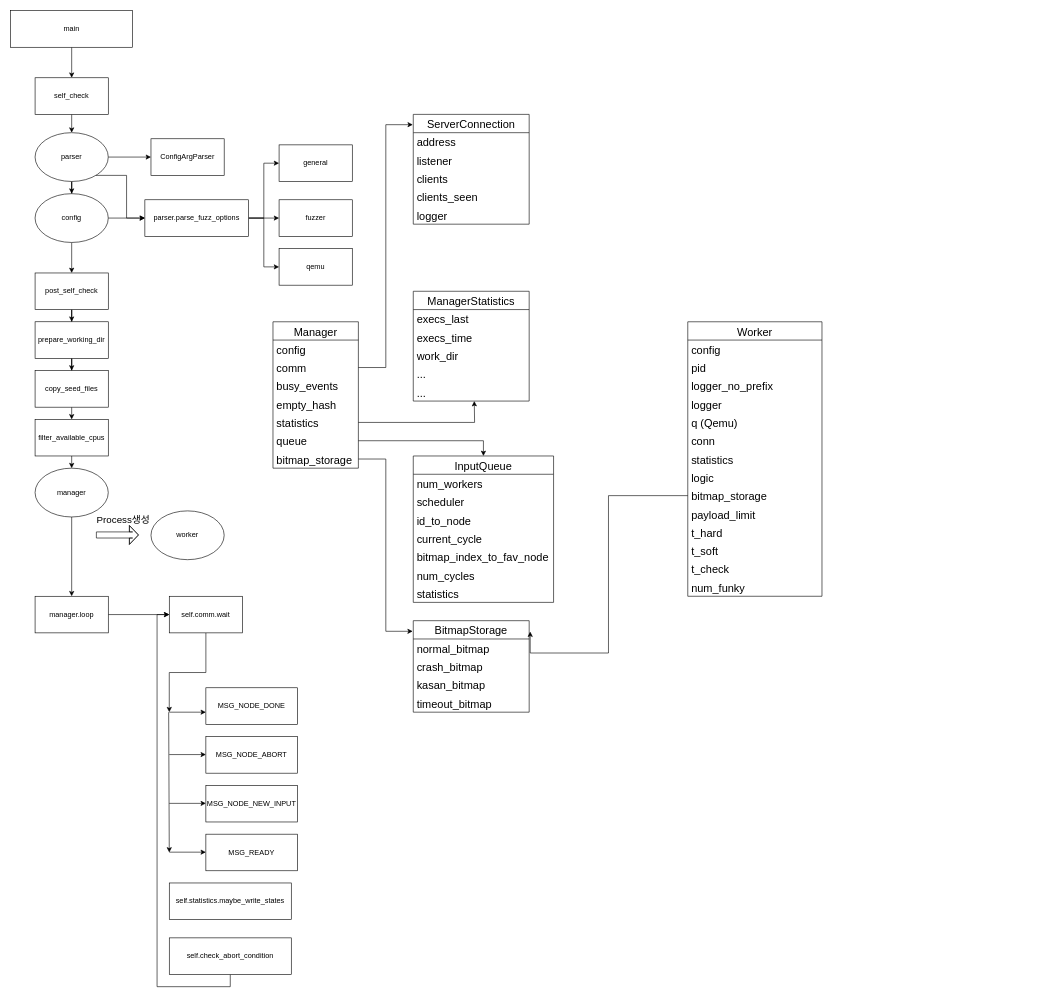
FuzzerTV/Drawio keeps this draw.io diagram as kAFL분석.drawio. Above is the earlier version. Source tidied: cells renumbered, new cells numbered last; positions are measured from the earlier drawing's top-left corner, leaving out a move shared by most shapes. Both pictures are drawn from the tidied source at 61%, with x=0, y=0 at pixel (10, 10).
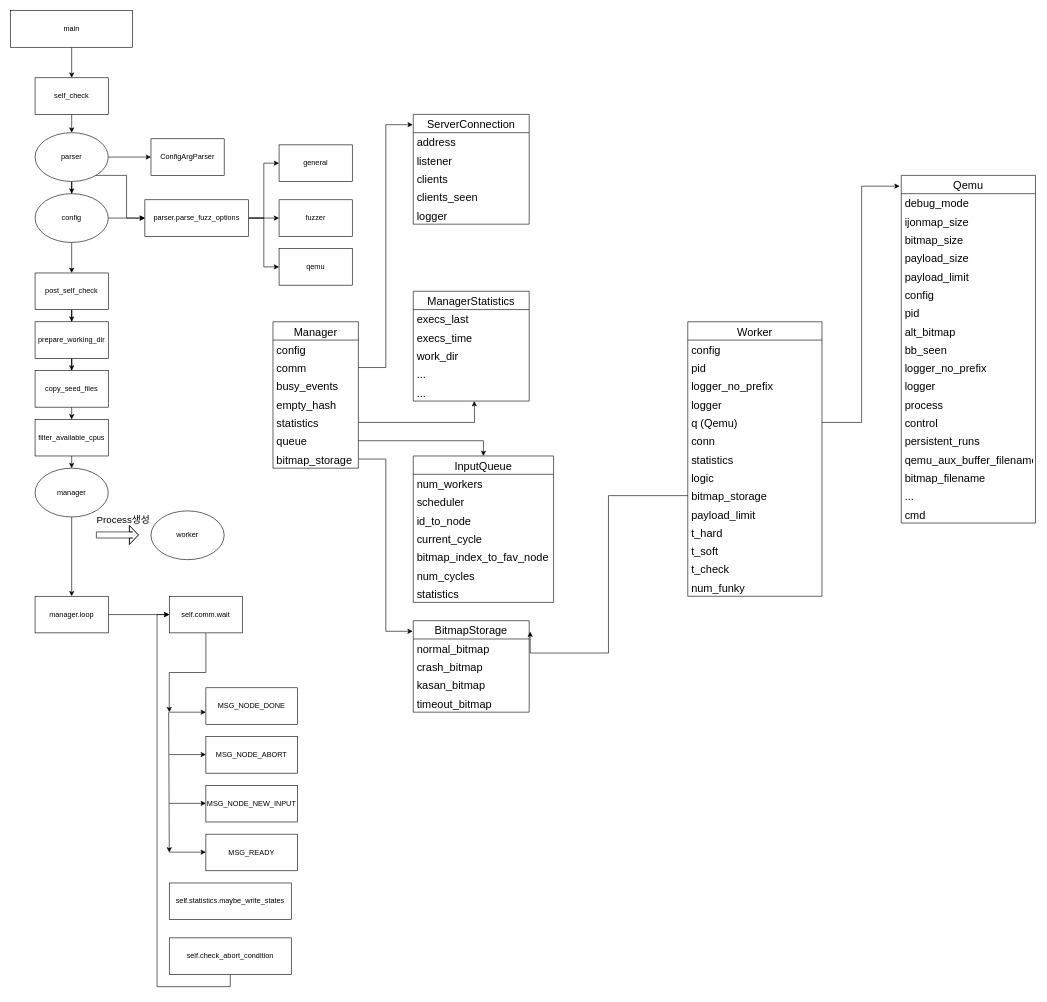
Above is the later version.

Commit message:
페이로드 뮤테이션 && 전송되는 부분 볼 차례

Unchanged cells that the change refers to:
```xml
<mxCell id="64" value="q (Qemu)" style="text;strokeColor=none;fillColor=none;align=left;verticalAlign=middle;spacingLeft=4;spacingRight=4;overflow=hidden;points=[[0,0.5],[1,0.5]];portConstraint=eastwest;fontSize=18;" parent="59" vertex="1">
  <mxGeometry y="150" width="220" height="30" as="geometry" />
</mxCell>
```

Diff of the diagram source:
```diff
@@
+    <mxCell id="104" value="Qemu" style="swimlane;fontStyle=0;horizontal=1;startSize=30;fontSize=18;noLabel=0;arcSize=15;" parent="1" vertex="1">
+      <mxGeometry x="1460" y="270" width="220" height="570" as="geometry" />
+    </mxCell>
+    <mxCell id="105" value="debug_mode" style="text;strokeColor=none;fillColor=none;align=left;verticalAlign=middle;spacingLeft=4;spacingRight=4;overflow=hidden;fontSize=18;" parent="104" vertex="1">
+      <mxGeometry y="30" width="220" height="30" as="geometry" />
+    </mxCell>
+    <mxCell id="106" value="ijonmap_size" style="text;strokeColor=none;fillColor=none;align=left;verticalAlign=middle;spacingLeft=4;spacingRight=4;overflow=hidden;fontSize=18;" parent="104" vertex="1">
+      <mxGeometry y="60" width="220" height="30" as="geometry" />
+    </mxCell>
+    <mxCell id="107" value="bitmap_size" style="text;strokeColor=none;fillColor=none;align=left;verticalAlign=middle;spacingLeft=4;spacingRight=4;overflow=hidden;fontSize=18;" parent="104" vertex="1">
+      <mxGeometry y="90" width="220" height="30" as="geometry" />
+    </mxCell>
+    <mxCell id="108" value="payload_size" style="text;strokeColor=none;fillColor=none;align=left;verticalAlign=middle;spacingLeft=4;spacingRight=4;overflow=hidden;fontSize=18;" parent="104" vertex="1">
+      <mxGeometry y="120" width="220" height="30" as="geometry" />
+    </mxCell>
+    <mxCell id="109" value="payload_limit" style="text;strokeColor=none;fillColor=none;align=left;verticalAlign=middle;spacingLeft=4;spacingRight=4;overflow=hidden;fontSize=18;" parent="104" vertex="1">
+      <mxGeometry y="150" width="220" height="30" as="geometry" />
+    </mxCell>
+    <mxCell id="110" value="config" style="text;strokeColor=none;fillColor=none;align=left;verticalAlign=middle;spacingLeft=4;spacingRight=4;overflow=hidden;fontSize=18;" parent="104" vertex="1">
+      <mxGeometry y="180" width="220" height="30" as="geometry" />
+    </mxCell>
+    <mxCell id="111" value="pid" style="text;strokeColor=none;fillColor=none;align=left;verticalAlign=middle;spacingLeft=4;spacingRight=4;overflow=hidden;fontSize=18;" parent="104" vertex="1">
+      <mxGeometry y="210" width="220" height="30" as="geometry" />
+    </mxCell>
+    <mxCell id="112" value="alt_bitmap" style="text;strokeColor=none;fillColor=none;align=left;verticalAlign=middle;spacingLeft=4;spacingRight=4;overflow=hidden;fontSize=18;" parent="104" vertex="1">
+      <mxGeometry y="240" width="220" height="30" as="geometry" />
+    </mxCell>
+    <mxCell id="113" value="bb_seen" style="text;strokeColor=none;fillColor=none;align=left;verticalAlign=middle;spacingLeft=4;spacingRight=4;overflow=hidden;fontSize=18;" parent="104" vertex="1">
+      <mxGeometry y="270" width="220" height="30" as="geometry" />
+    </mxCell>
+    <mxCell id="114" value="logger_no_prefix" style="text;strokeColor=none;fillColor=none;align=left;verticalAlign=middle;spacingLeft=4;spacingRight=4;overflow=hidden;fontSize=18;" parent="104" vertex="1">
+      <mxGeometry y="300" width="220" height="30" as="geometry" />
+    </mxCell>
+    <mxCell id="115" value="logger" style="text;strokeColor=none;fillColor=none;align=left;verticalAlign=middle;spacingLeft=4;spacingRight=4;overflow=hidden;fontSize=18;" parent="104" vertex="1">
+      <mxGeometry y="330" width="220" height="30" as="geometry" />
+    </mxCell>
+    <mxCell id="116" value="process" style="text;strokeColor=none;fillColor=none;align=left;verticalAlign=middle;spacingLeft=4;spacingRight=4;overflow=hidden;fontSize=18;" parent="104" vertex="1">
+      <mxGeometry y="360" width="220" height="30" as="geometry" />
+    </mxCell>
+    <mxCell id="117" value="control" style="text;strokeColor=none;fillColor=none;align=left;verticalAlign=middle;spacingLeft=4;spacingRight=4;overflow=hidden;fontSize=18;" parent="104" vertex="1">
+      <mxGeometry y="390" width="220" height="30" as="geometry" />
+    </mxCell>
+    <mxCell id="118" value="persistent_runs" style="text;strokeColor=none;fillColor=none;align=left;verticalAlign=middle;spacingLeft=4;spacingRight=4;overflow=hidden;fontSize=18;" parent="104" vertex="1">
+      <mxGeometry y="420" width="220" height="30" as="geometry" />
+    </mxCell>
+    <mxCell id="119" value="qemu_aux_buffer_filename" style="text;strokeColor=none;fillColor=none;align=left;verticalAlign=middle;spacingLeft=4;spacingRight=4;overflow=hidden;fontSize=18;" parent="104" vertex="1">
+      <mxGeometry y="450" width="220" height="30" as="geometry" />
+    </mxCell>
+    <mxCell id="120" value="bitmap_filename" style="text;strokeColor=none;fillColor=none;align=left;verticalAlign=middle;spacingLeft=4;spacingRight=4;overflow=hidden;fontSize=18;" parent="104" vertex="1">
+      <mxGeometry y="480" width="220" height="30" as="geometry" />
+    </mxCell>
+    <mxCell id="121" value="..." style="text;strokeColor=none;fillColor=none;align=left;verticalAlign=middle;spacingLeft=4;spacingRight=4;overflow=hidden;fontSize=18;" parent="104" vertex="1">
+      <mxGeometry y="510" width="220" height="30" as="geometry" />
+    </mxCell>
+    <mxCell id="122" value="cmd" style="text;strokeColor=none;fillColor=none;align=left;verticalAlign=middle;spacingLeft=4;spacingRight=4;overflow=hidden;fontSize=18;" parent="104" vertex="1">
+      <mxGeometry y="540" width="220" height="30" as="geometry" />
+    </mxCell>
+    <mxCell id="123" style="edgeStyle=orthogonalEdgeStyle;rounded=0;jettySize=auto;html=1;exitX=1;exitY=0.5;exitDx=0;exitDy=0;entryX=-0.012;entryY=0.031;entryDx=0;entryDy=0;entryPerimeter=0;" parent="1" edge="1" source="64" target="104">
+      <mxGeometry relative="1" as="geometry" />
+    </mxCell>
```
